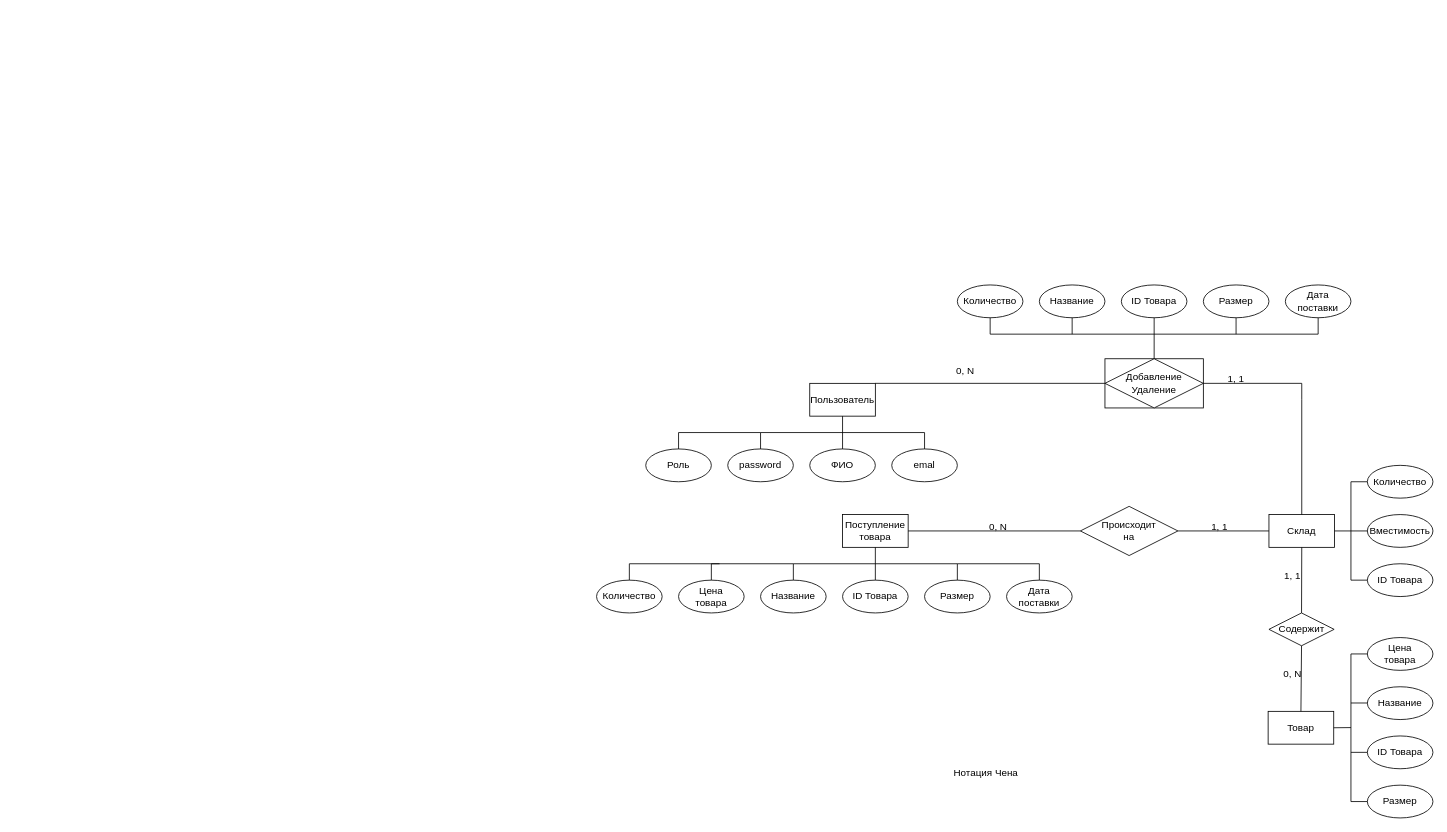
marsek4/ssp keeps this draw.io diagram as КМПО V2.0.drawio. Above is the earlier version. Source tidied: cells renumbered, new cells numbered last; positions are measured from the earlier drawing's top-left corner, leaving out a move shared by most shapes. Both pictures are drawn from the tidied source at 82%, with x=0, y=0 at pixel (596, 285).
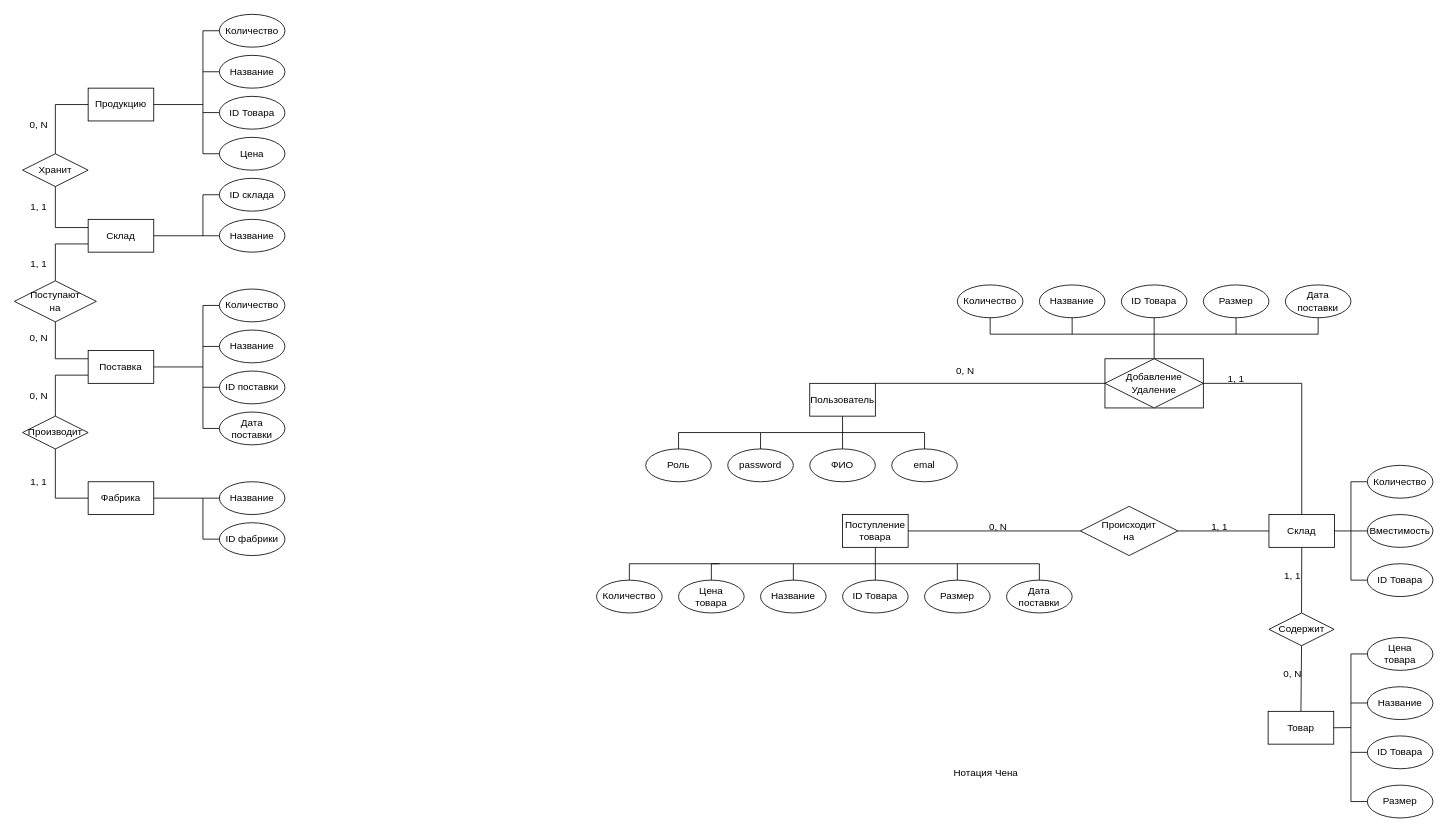
The same page after the edit.

What changed in the source:
```diff
@@
+    <mxCell id="64" value="Фабрика" style="rounded=0;whiteSpace=wrap;html=1;" parent="1" vertex="1">
+      <mxGeometry x="-620" y="240" width="80" height="40" as="geometry" />
+    </mxCell>
+    <mxCell id="65" value="Производит" style="rhombus;whiteSpace=wrap;html=1;" parent="1" vertex="1">
+      <mxGeometry x="-700" y="160" width="80" height="40" as="geometry" />
+    </mxCell>
+    <mxCell id="66" value="Поставка" style="rounded=0;whiteSpace=wrap;html=1;" parent="1" vertex="1">
+      <mxGeometry x="-620" y="80" width="80" height="40" as="geometry" />
+    </mxCell>
+    <mxCell id="67" value="Поступают&lt;br&gt;на" style="rhombus;whiteSpace=wrap;html=1;" parent="1" vertex="1">
+      <mxGeometry x="-710" y="-5" width="100" height="50" as="geometry" />
+    </mxCell>
+    <mxCell id="68" value="Склад" style="rounded=0;whiteSpace=wrap;html=1;" parent="1" vertex="1">
+      <mxGeometry x="-620" y="-80" width="80" height="40" as="geometry" />
+    </mxCell>
+    <mxCell id="69" style="endArrow=none;html=1;rounded=0;exitX=0.5;exitY=1;exitDx=0;exitDy=0;entryX=0;entryY=0.5;entryDx=0;entryDy=0;" parent="1" edge="1" source="65" target="64">
+      <mxGeometry relative="1" as="geometry">
+        <Array as="points">
+          <mxPoint x="-660" y="260" />
+        </Array>
+      </mxGeometry>
+    </mxCell>
+    <mxCell id="70" style="endArrow=none;html=1;rounded=0;exitX=0;exitY=0.75;exitDx=0;exitDy=0;entryX=0.5;entryY=0;entryDx=0;entryDy=0;" parent="1" edge="1" source="66" target="65">
+      <mxGeometry relative="1" as="geometry">
+        <Array as="points">
+          <mxPoint x="-660" y="110" />
+        </Array>
+      </mxGeometry>
+    </mxCell>
+    <mxCell id="71" style="endArrow=none;html=1;rounded=0;exitX=0;exitY=0.25;exitDx=0;exitDy=0;entryX=0.5;entryY=1;entryDx=0;entryDy=0;" parent="1" edge="1" source="66" target="67">
+      <mxGeometry relative="1" as="geometry">
+        <Array as="points">
+          <mxPoint x="-660" y="90" />
+        </Array>
+      </mxGeometry>
+    </mxCell>
+    <mxCell id="72" style="endArrow=none;html=1;rounded=0;exitX=0;exitY=0.75;exitDx=0;exitDy=0;entryX=0.5;entryY=0;entryDx=0;entryDy=0;" parent="1" edge="1" source="68" target="67">
+      <mxGeometry relative="1" as="geometry">
+        <Array as="points">
+          <mxPoint x="-660" y="-50" />
+        </Array>
+      </mxGeometry>
+    </mxCell>
+    <mxCell id="73" value="Название" style="ellipse;whiteSpace=wrap;html=1;" parent="1" vertex="1">
+      <mxGeometry x="-460" y="55" width="80" height="40" as="geometry" />
+    </mxCell>
+    <mxCell id="74" value="ID поставки" style="ellipse;whiteSpace=wrap;html=1;" parent="1" vertex="1">
+      <mxGeometry x="-460" y="105" width="80" height="40" as="geometry" />
+    </mxCell>
+    <mxCell id="75" value="Дата поставки" style="ellipse;whiteSpace=wrap;html=1;" parent="1" vertex="1">
+      <mxGeometry x="-460" y="155" width="80" height="40" as="geometry" />
+    </mxCell>
+    <mxCell id="76" value="Количество" style="ellipse;whiteSpace=wrap;html=1;" parent="1" vertex="1">
+      <mxGeometry x="-460" y="5" width="80" height="40" as="geometry" />
+    </mxCell>
+    <mxCell id="77" value="Хранит" style="rhombus;whiteSpace=wrap;html=1;" parent="1" vertex="1">
+      <mxGeometry x="-700" y="-160" width="80" height="40" as="geometry" />
+    </mxCell>
+    <mxCell id="78" style="endArrow=none;html=1;rounded=0;exitX=0;exitY=0.25;exitDx=0;exitDy=0;entryX=0.5;entryY=1;entryDx=0;entryDy=0;" parent="1" edge="1" source="68" target="77">
+      <mxGeometry relative="1" as="geometry">
+        <Array as="points">
+          <mxPoint x="-660" y="-70" />
+        </Array>
+      </mxGeometry>
+    </mxCell>
+    <mxCell id="79" value="Продукцию" style="rounded=0;whiteSpace=wrap;html=1;" parent="1" vertex="1">
+      <mxGeometry x="-620" y="-240" width="80" height="40" as="geometry" />
+    </mxCell>
+    <mxCell id="80" style="endArrow=none;html=1;rounded=0;exitX=0;exitY=0.5;exitDx=0;exitDy=0;entryX=0.5;entryY=0;entryDx=0;entryDy=0;" parent="1" edge="1" source="79" target="77">
+      <mxGeometry relative="1" as="geometry">
+        <Array as="points">
+          <mxPoint x="-660" y="-220" />
+        </Array>
+      </mxGeometry>
+    </mxCell>
+    <mxCell id="81" style="endArrow=none;html=1;rounded=0;exitX=1;exitY=0.5;exitDx=0;exitDy=0;" parent="1" edge="1" source="66">
+      <mxGeometry relative="1" as="geometry">
+        <mxPoint x="-480" y="100" as="targetPoint" />
+      </mxGeometry>
+    </mxCell>
+    <mxCell id="82" style="endArrow=none;html=1;rounded=0;exitX=0;exitY=0.5;exitDx=0;exitDy=0;entryX=0;entryY=0.5;entryDx=0;entryDy=0;" parent="1" edge="1" source="75" target="76">
+      <mxGeometry relative="1" as="geometry">
+        <Array as="points">
+          <mxPoint x="-480" y="175" />
+          <mxPoint x="-480" y="25" />
+        </Array>
+      </mxGeometry>
+    </mxCell>
+    <mxCell id="83" style="endArrow=none;html=1;rounded=0;exitX=0;exitY=0.5;exitDx=0;exitDy=0;" parent="1" edge="1" source="73">
+      <mxGeometry relative="1" as="geometry">
+        <mxPoint x="-480" y="75" as="targetPoint" />
+      </mxGeometry>
+    </mxCell>
+    <mxCell id="84" style="endArrow=none;html=1;rounded=0;exitX=0;exitY=0.5;exitDx=0;exitDy=0;" parent="1" edge="1">
+      <mxGeometry relative="1" as="geometry">
+        <mxPoint x="-460" y="124.8" as="sourcePoint" />
+        <mxPoint x="-480" y="124.8" as="targetPoint" />
+      </mxGeometry>
+    </mxCell>
+    <mxCell id="85" value="Название" style="ellipse;whiteSpace=wrap;html=1;" parent="1" vertex="1">
+      <mxGeometry x="-460" y="240" width="80" height="40" as="geometry" />
+    </mxCell>
+    <mxCell id="86" style="endArrow=none;html=1;rounded=0;exitX=1;exitY=0.5;exitDx=0;exitDy=0;entryX=0;entryY=0.5;entryDx=0;entryDy=0;" parent="1" edge="1" source="64" target="85">
+      <mxGeometry relative="1" as="geometry" />
+    </mxCell>
+    <mxCell id="87" value="ID фабрики" style="ellipse;whiteSpace=wrap;html=1;" parent="1" vertex="1">
+      <mxGeometry x="-460" y="290" width="80" height="40" as="geometry" />
+    </mxCell>
+    <mxCell id="88" style="endArrow=none;html=1;rounded=0;exitX=0;exitY=0.5;exitDx=0;exitDy=0;" parent="1" edge="1" source="87">
+      <mxGeometry relative="1" as="geometry">
+        <mxPoint x="-480" y="260" as="targetPoint" />
+        <Array as="points">
+          <mxPoint x="-480" y="310" />
+        </Array>
+      </mxGeometry>
+    </mxCell>
+    <mxCell id="89" value="Название" style="ellipse;whiteSpace=wrap;html=1;" parent="1" vertex="1">
+      <mxGeometry x="-460" y="-80" width="80" height="40" as="geometry" />
+    </mxCell>
+    <mxCell id="90" style="endArrow=none;html=1;rounded=0;exitX=1;exitY=0.5;exitDx=0;exitDy=0;entryX=0;entryY=0.5;entryDx=0;entryDy=0;" parent="1" edge="1" target="89">
+      <mxGeometry relative="1" as="geometry">
+        <mxPoint x="-540" y="-60" as="sourcePoint" />
+      </mxGeometry>
+    </mxCell>
+    <mxCell id="91" value="ID склада" style="ellipse;whiteSpace=wrap;html=1;" parent="1" vertex="1">
+      <mxGeometry x="-460" y="-130" width="80" height="40" as="geometry" />
+    </mxCell>
+    <mxCell id="92" style="endArrow=none;html=1;rounded=0;exitX=0;exitY=0.5;exitDx=0;exitDy=0;" parent="1" edge="1" source="91">
+      <mxGeometry relative="1" as="geometry">
+        <mxPoint x="-480" y="-60" as="targetPoint" />
+        <Array as="points">
+          <mxPoint x="-480" y="-110" />
+        </Array>
+      </mxGeometry>
+    </mxCell>
+    <mxCell id="93" value="Название" style="ellipse;whiteSpace=wrap;html=1;" parent="1" vertex="1">
+      <mxGeometry x="-460" y="-280" width="80" height="40" as="geometry" />
+    </mxCell>
+    <mxCell id="94" value="ID Товара" style="ellipse;whiteSpace=wrap;html=1;" parent="1" vertex="1">
+      <mxGeometry x="-460" y="-230" width="80" height="40" as="geometry" />
+    </mxCell>
+    <mxCell id="95" value="Цена" style="ellipse;whiteSpace=wrap;html=1;" parent="1" vertex="1">
+      <mxGeometry x="-460" y="-180" width="80" height="40" as="geometry" />
+    </mxCell>
+    <mxCell id="96" value="Количество" style="ellipse;whiteSpace=wrap;html=1;" parent="1" vertex="1">
+      <mxGeometry x="-460" y="-330" width="80" height="40" as="geometry" />
+    </mxCell>
+    <mxCell id="97" style="endArrow=none;html=1;rounded=0;exitX=0;exitY=0.5;exitDx=0;exitDy=0;entryX=0;entryY=0.5;entryDx=0;entryDy=0;" parent="1" edge="1" source="95" target="96">
+      <mxGeometry relative="1" as="geometry">
+        <Array as="points">
+          <mxPoint x="-480" y="-160" />
+          <mxPoint x="-480" y="-310" />
+        </Array>
+      </mxGeometry>
+    </mxCell>
+    <mxCell id="98" style="endArrow=none;html=1;rounded=0;exitX=0;exitY=0.5;exitDx=0;exitDy=0;" parent="1" edge="1" source="93">
+      <mxGeometry relative="1" as="geometry">
+        <mxPoint x="-480" y="-260" as="targetPoint" />
+      </mxGeometry>
+    </mxCell>
+    <mxCell id="99" style="endArrow=none;html=1;rounded=0;exitX=0;exitY=0.5;exitDx=0;exitDy=0;" parent="1" edge="1">
+      <mxGeometry relative="1" as="geometry">
+        <mxPoint x="-460" y="-210.2" as="sourcePoint" />
+        <mxPoint x="-480" y="-210.2" as="targetPoint" />
+      </mxGeometry>
+    </mxCell>
+    <mxCell id="100" style="endArrow=none;html=1;rounded=0;exitX=1;exitY=0.5;exitDx=0;exitDy=0;" parent="1" edge="1" source="79">
+      <mxGeometry relative="1" as="geometry">
+        <mxPoint x="-480" y="-220" as="targetPoint" />
+      </mxGeometry>
+    </mxCell>
+    <mxCell id="101" value="1, 1" style="text;html=1;strokeColor=none;fillColor=none;align=center;verticalAlign=middle;whiteSpace=wrap;rounded=0;" parent="1" vertex="1">
+      <mxGeometry x="-710" y="225" width="60" height="30" as="geometry" />
+    </mxCell>
+    <mxCell id="102" value="0, N" style="text;html=1;strokeColor=none;fillColor=none;align=center;verticalAlign=middle;whiteSpace=wrap;rounded=0;" parent="1" vertex="1">
+      <mxGeometry x="-710" y="120" width="60" height="30" as="geometry" />
+    </mxCell>
+    <mxCell id="103" value="0, N" style="text;html=1;strokeColor=none;fillColor=none;align=center;verticalAlign=middle;whiteSpace=wrap;rounded=0;" parent="1" vertex="1">
+      <mxGeometry x="-710" y="50" width="60" height="30" as="geometry" />
+    </mxCell>
+    <mxCell id="104" value="1, 1" style="text;html=1;strokeColor=none;fillColor=none;align=center;verticalAlign=middle;whiteSpace=wrap;rounded=0;" parent="1" vertex="1">
+      <mxGeometry x="-710" y="-40" width="60" height="30" as="geometry" />
+    </mxCell>
+    <mxCell id="105" value="1, 1" style="text;html=1;strokeColor=none;fillColor=none;align=center;verticalAlign=middle;whiteSpace=wrap;rounded=0;" parent="1" vertex="1">
+      <mxGeometry x="-710" y="-110" width="60" height="30" as="geometry" />
+    </mxCell>
+    <mxCell id="106" value="0, N" style="text;html=1;strokeColor=none;fillColor=none;align=center;verticalAlign=middle;whiteSpace=wrap;rounded=0;" parent="1" vertex="1">
+      <mxGeometry x="-710" y="-210" width="60" height="30" as="geometry" />
+    </mxCell>
```
